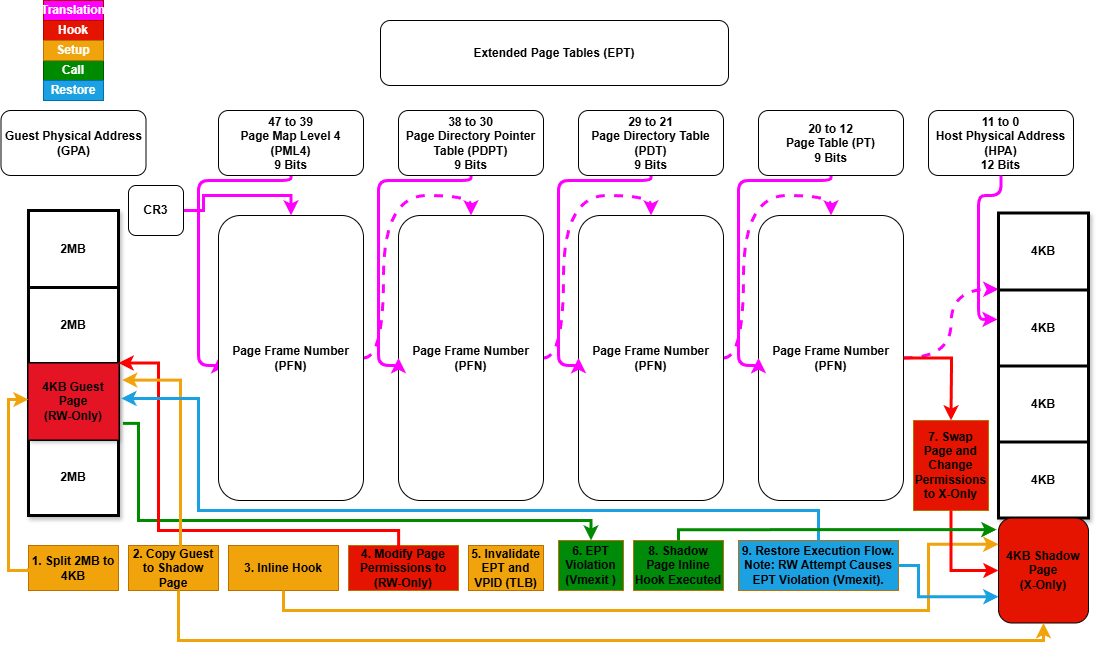
The draw.io diagram images/illusion.drawio.png in memN0ps/illusion-rs, before a commit. Source tidied: cells renumbered, new cells last; positions are measured from the earlier drawing's top-left corner, leaving out a move shared by most shapes.
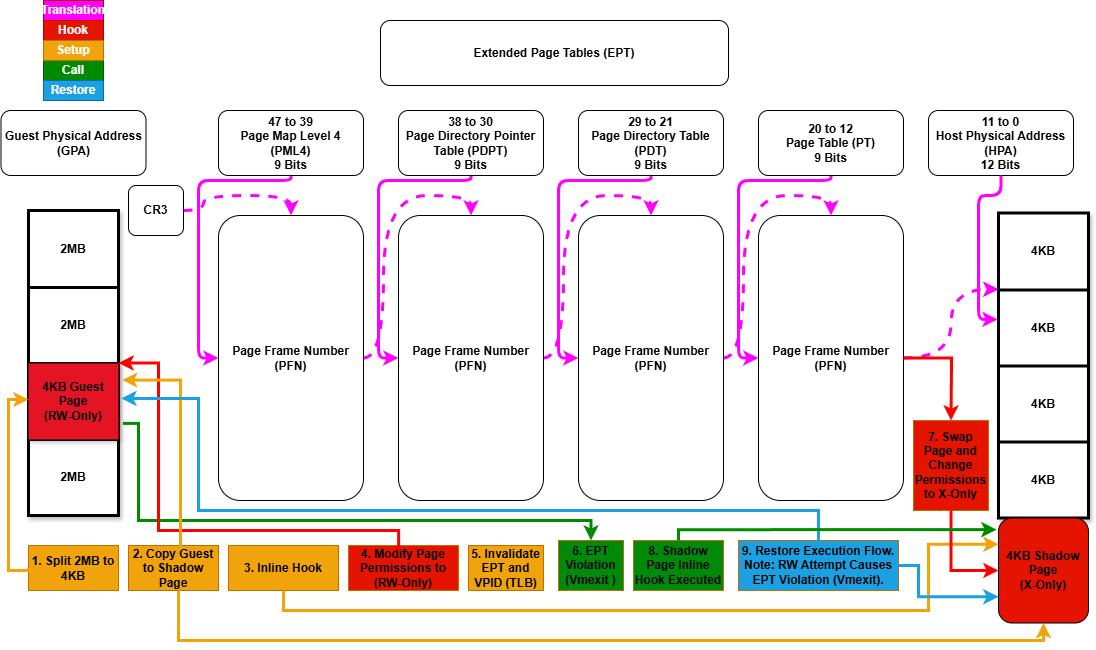
After the change.

Commit message:
Fixed purp arrows

Change to the diagram source:
```diff
@@ -31,7 +31,7 @@
         <Array as="points">
           <mxPoint x="291" y="180" />
           <mxPoint x="198" y="180" />
-          <mxPoint x="198" y="365" />
+          <mxPoint x="198" y="358" />
         </Array>
       </mxGeometry>
     </mxCell>
@@ -61,7 +61,7 @@
         <Array as="points">
           <mxPoint x="471" y="180" />
           <mxPoint x="378" y="180" />
-          <mxPoint x="378" y="365" />
+          <mxPoint x="378" y="358" />
         </Array>
       </mxGeometry>
     </mxCell>
@@ -73,7 +73,7 @@
         <Array as="points">
           <mxPoint x="651" y="180" />
           <mxPoint x="558" y="180" />
-          <mxPoint x="558" y="365" />
+          <mxPoint x="558" y="358" />
         </Array>
       </mxGeometry>
     </mxCell>
@@ -85,7 +85,7 @@
         <Array as="points">
           <mxPoint x="831" y="180" />
           <mxPoint x="738" y="180" />
-          <mxPoint x="738" y="365" />
+          <mxPoint x="738" y="358" />
         </Array>
       </mxGeometry>
     </mxCell>
@@ -95,7 +95,7 @@
     <mxCell id="23" value="&lt;div&gt;&lt;b&gt;11 to 0&lt;/b&gt;&lt;/div&gt;&lt;b&gt;Host Physical Address (HPA)&lt;/b&gt;&lt;div style=&quot;&quot;&gt;&lt;b&gt;12 Bits&lt;/b&gt;&lt;/div&gt;" style="rounded=1;whiteSpace=wrap;html=1;fontSize=12;glass=0;strokeWidth=1;shadow=0;" parent="1" vertex="1">
       <mxGeometry x="928" y="110" width="145" height="65" as="geometry" />
     </mxCell>
-    <mxCell id="24" style="edgeStyle=orthogonalEdgeStyle;rounded=0;jettySize=auto;html=1;entryX=0.5;entryY=0;entryDx=0;entryDy=0;curved=0;strokeWidth=3;strokeColor=#FF00FF;" parent="1" edge="1" source="25" target="16">
+    <mxCell id="24" style="edgeStyle=orthogonalEdgeStyle;rounded=0;jettySize=auto;html=1;entryX=0.5;entryY=0;entryDx=0;entryDy=0;curved=1;strokeWidth=3;strokeColor=#FF00FF;dashed=1;" parent="1" edge="1" source="25" target="16">
       <mxGeometry relative="1" as="geometry" />
     </mxCell>
     <mxCell id="25" value="&lt;div&gt;&lt;b&gt;CR3&lt;/b&gt;&lt;/div&gt;" style="rounded=1;whiteSpace=wrap;html=1;fontSize=12;glass=0;strokeWidth=1;shadow=0;" parent="1" vertex="1">
```
